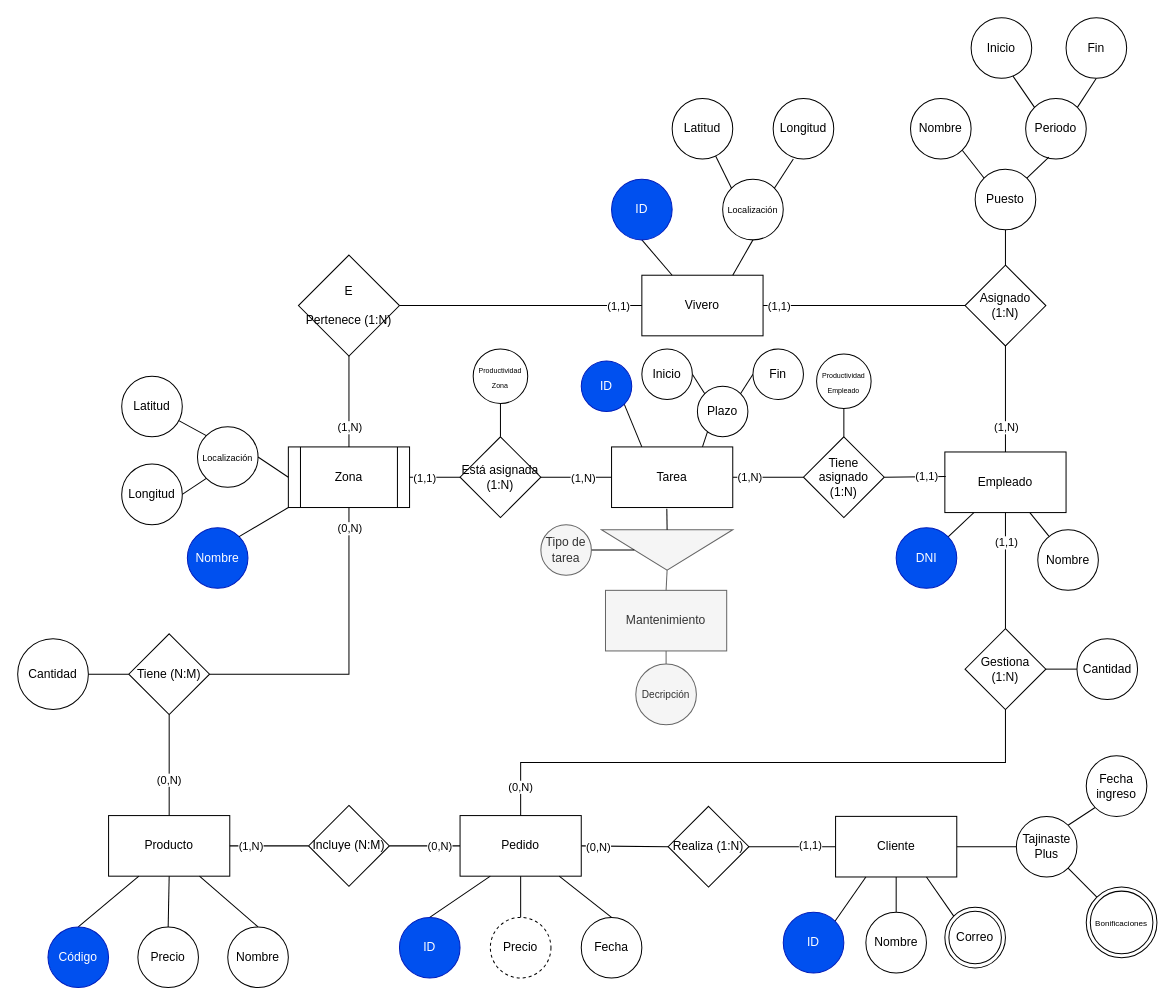
Above: modificacion.drawio in Kyrylo-Chvanov/adbd-practica2 (draw.io), before the change. Source tidied: cells renumbered, new cells numbered last; positions are measured from the earlier drawing's top-left corner, leaving out a move shared by most shapes. Both pictures are drawn from the tidied source at 101%, with x=0, y=0 at pixel (17, 17).
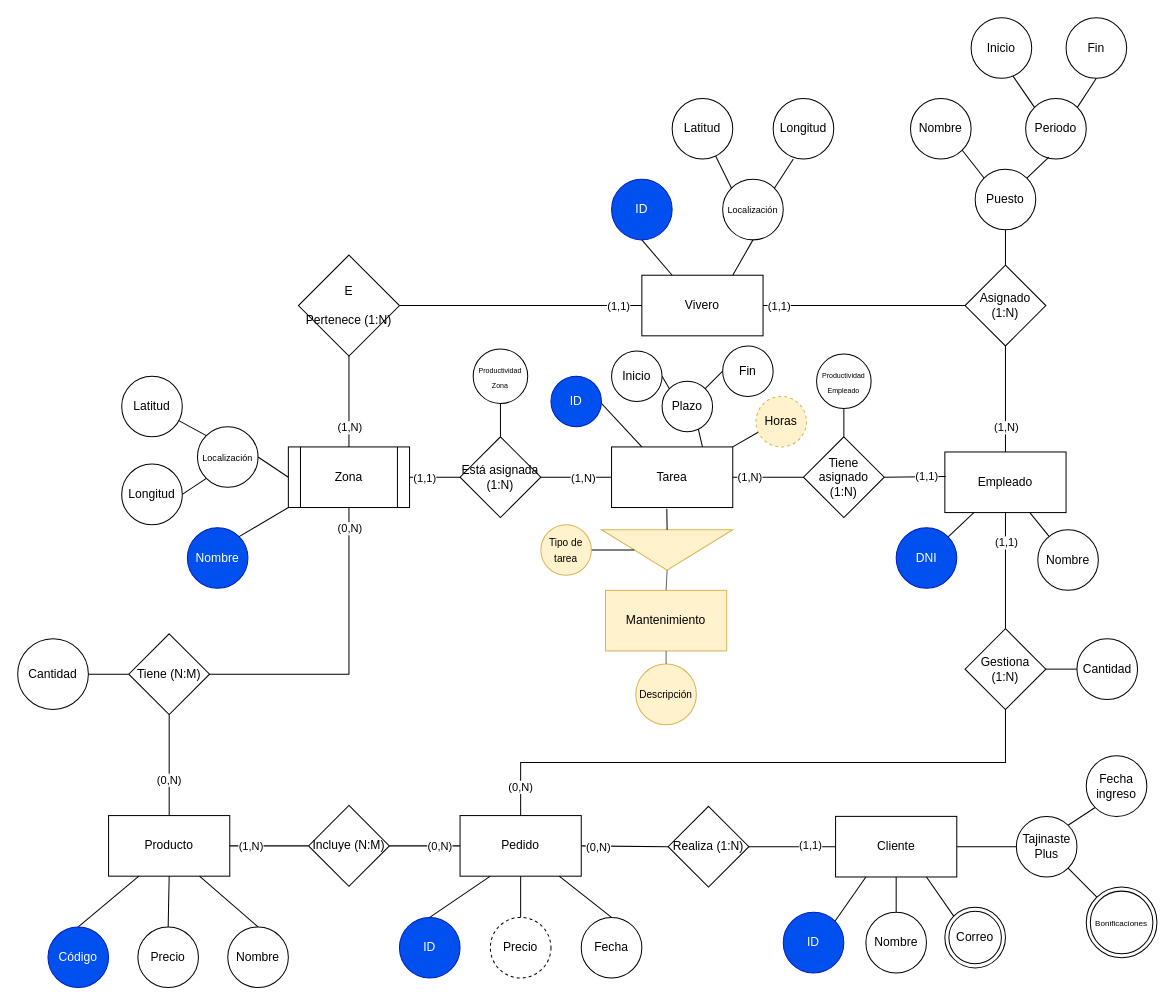
The same diagram, later.

What changed in the source:
```diff
@@
     <mxCell id="60" value="ID" style="ellipse;whiteSpace=wrap;html=1;shapeInside=1;fillColor=#0050ef;fontColor=#ffffff;strokeColor=#001DBC;" parent="1" vertex="1">
-      <mxGeometry x="558" y="340" width="50" height="50" as="geometry" />
+      <mxGeometry x="528" y="355" width="50" height="50" as="geometry" />
     </mxCell>
@@
     <mxCell id="62" value="Plazo" style="ellipse;whiteSpace=wrap;html=1;shapeInside=1;" parent="1" vertex="1">
-      <mxGeometry x="673" y="365" width="50" height="50" as="geometry" />
+      <mxGeometry x="638" y="360" width="50" height="50" as="geometry" />
     </mxCell>
@@
     <mxCell id="64" value="Inicio" style="ellipse;whiteSpace=wrap;html=1;shapeInside=1;" parent="1" vertex="1">
-      <mxGeometry x="618" y="328" width="50" height="50" as="geometry" />
+      <mxGeometry x="588" y="330" width="50" height="50" as="geometry" />
     </mxCell>
@@
     <mxCell id="66" value="Fin" style="ellipse;whiteSpace=wrap;html=1;shapeInside=1;" parent="1" vertex="1">
-      <mxGeometry x="728" y="328" width="50" height="50" as="geometry" />
+      <mxGeometry x="698" y="325" width="50" height="50" as="geometry" />
     </mxCell>
@@
-    <mxCell id="119" style="triangle;whiteSpace=wrap;html=1;shapeInside=1;rotation=90;fillColor=#f5f5f5;fontColor=#333333;strokeColor=#666666;" parent="1" vertex="1">
+    <mxCell id="119" style="triangle;whiteSpace=wrap;html=1;shapeInside=1;rotation=90;fillColor=#fff2cc;strokeColor=#d6b656;" parent="1" vertex="1">
       <mxGeometry x="623" y="462" width="40" height="130" as="geometry" />
     </mxCell>
@@
-    <mxCell id="121" value="Mantenimiento" style="rounded=0;whiteSpace=wrap;html=1;fillColor=#f5f5f5;fontColor=#333333;strokeColor=#666666;" parent="1" vertex="1">
+    <mxCell id="121" value="Mantenimiento" style="rounded=0;whiteSpace=wrap;html=1;fillColor=#fff2cc;strokeColor=#d6b656;" parent="1" vertex="1">
       <mxGeometry x="582" y="567" width="120" height="60" as="geometry" />
     </mxCell>
-    <mxCell id="122" value="&lt;font style=&quot;font-size: 10px;&quot;&gt;Decripción&lt;/font&gt;" style="ellipse;whiteSpace=wrap;html=1;shapeInside=1;fillColor=#f5f5f5;fontColor=#333333;strokeColor=#666666;" parent="1" vertex="1">
+    <mxCell id="122" value="&lt;font style=&quot;font-size: 10px;&quot;&gt;Descripción&lt;/font&gt;" style="ellipse;whiteSpace=wrap;html=1;shapeInside=1;fillColor=#fff2cc;strokeColor=#d6b656;" parent="1" vertex="1">
       <mxGeometry x="612" y="640" width="60" height="60" as="geometry" />
     </mxCell>
@@
-    <mxCell id="126" value="Tipo de tarea" style="ellipse;whiteSpace=wrap;html=1;shapeInside=1;fillColor=#f5f5f5;fontColor=#333333;strokeColor=#666666;" parent="1" vertex="1">
+    <mxCell id="126" value="&lt;font style=&quot;font-size: 10px;&quot;&gt;Tipo de tarea&lt;/font&gt;" style="ellipse;whiteSpace=wrap;html=1;shapeInside=1;fillColor=#fff2cc;strokeColor=#d6b656;" parent="1" vertex="1">
       <mxGeometry x="518" y="502" width="50" height="50" as="geometry" />
     </mxCell>
+    <mxCell id="127" style="endArrow=none;html=1;rounded=0;" parent="1" edge="1">
+      <mxGeometry relative="1" as="geometry">
+        <mxPoint x="708" y="425" as="sourcePoint" />
+        <mxPoint x="734" y="410" as="targetPoint" />
+      </mxGeometry>
+    </mxCell>
+    <mxCell id="128" value="Horas" style="ellipse;whiteSpace=wrap;html=1;shapeInside=1;dashed=1;fillColor=#fff2cc;strokeColor=#d6b656;" parent="1" vertex="1">
+      <mxGeometry x="731" y="375" width="50" height="50" as="geometry" />
+    </mxCell>
```
